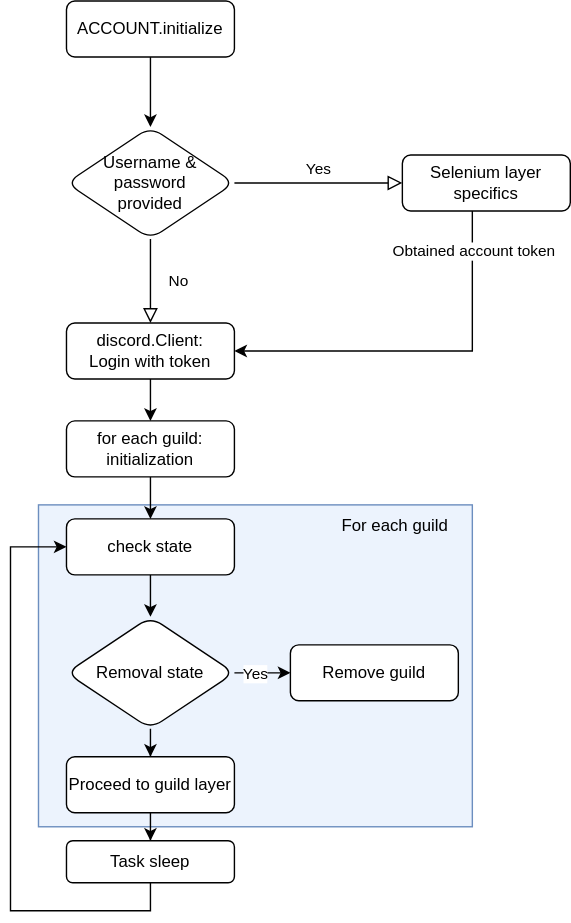
Above: docs/thesis/images/daf-account-layer-flowchart.svg in davidhozic/discord-advertisement-framework (draw.io), before the change. Source tidied: cells renumbered, new cells last; positions are measured from the earlier drawing's top-left corner, leaving out a move shared by most shapes.
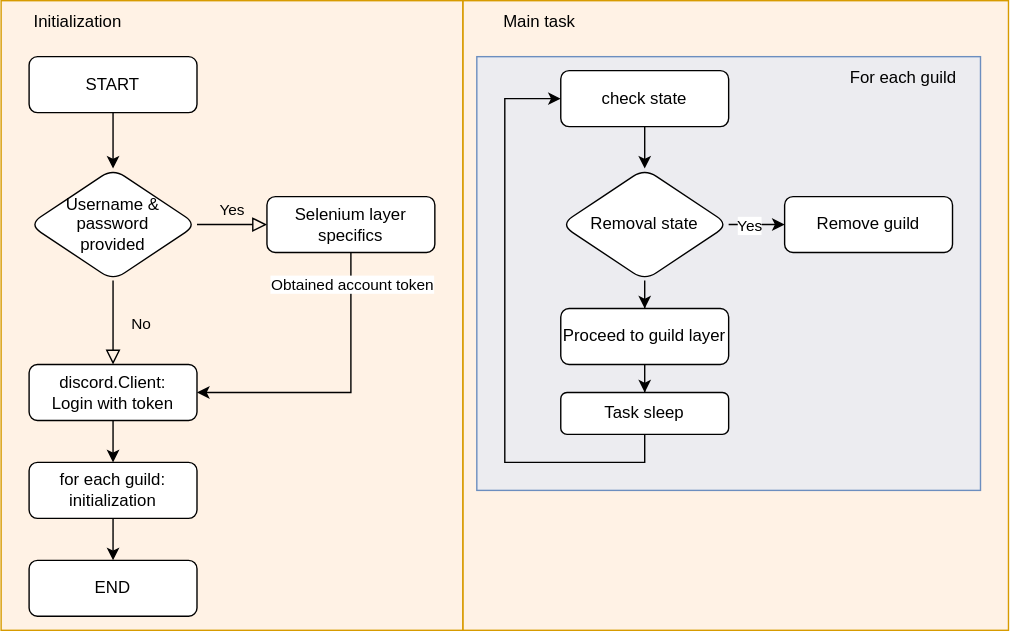
After the commit.

Diff of the diagram source:
```diff
@@ -2,14 +2,17 @@
   <root>
     <mxCell id="0" />
     <mxCell id="1" parent="0" />
-    <mxCell id="2" style="rounded=0;whiteSpace=wrap;html=1;fillOpacity=50;align=left;fillColor=#dae8fc;strokeColor=#6c8ebf;" parent="1" vertex="1">
-      <mxGeometry x="20" y="360" width="310" height="230" as="geometry" />
-    </mxCell>
+    <mxCell id="28" style="rounded=0;whiteSpace=wrap;html=1;fillOpacity=50;align=left;fillColor=#ffe6cc;strokeColor=#d79b00;" parent="1" vertex="1">
+      <mxGeometry x="350" y="-30" width="390" height="450" as="geometry" />
+    </mxCell>
+    <mxCell id="29" style="rounded=0;whiteSpace=wrap;html=1;fillOpacity=50;align=left;fillColor=#ffe6cc;strokeColor=#d79b00;" parent="1" vertex="1">
+      <mxGeometry x="20" y="-30" width="330" height="450" as="geometry" />
+    </mxCell>
     <mxCell id="3" style="edgeStyle=orthogonalEdgeStyle;rounded=0;jettySize=auto;html=1;exitX=0.5;exitY=1;exitDx=0;exitDy=0;entryX=0.5;entryY=0;entryDx=0;entryDy=0;" parent="1" edge="1" source="4" target="27">
       <mxGeometry relative="1" as="geometry" />
     </mxCell>
-    <mxCell id="4" value="ACCOUNT.initialize" style="rounded=1;whiteSpace=wrap;html=1;fontSize=12;glass=0;strokeWidth=1;shadow=0;" parent="1" vertex="1">
-      <mxGeometry x="40" width="120" height="40" as="geometry" />
+    <mxCell id="4" value="START" style="rounded=1;whiteSpace=wrap;html=1;fontSize=12;glass=0;strokeWidth=1;shadow=0;" parent="1" vertex="1">
+      <mxGeometry x="40" y="10" width="120" height="40" as="geometry" />
     </mxCell>
     <mxCell id="5" value="No" style="rounded=0;html=1;jettySize=auto;fontSize=11;endArrow=block;endFill=0;endSize=8;strokeWidth=1;shadow=0;labelBackgroundColor=none;edgeStyle=orthogonalEdgeStyle;entryX=0.5;entryY=0;entryDx=0;entryDy=0;exitX=0.5;exitY=1;exitDx=0;exitDy=0;" parent="1" edge="1" source="27" target="11">
       <mxGeometry y="20" relative="1" as="geometry" />
@@ -20,7 +23,7 @@
     <mxCell id="7" style="edgeStyle=orthogonalEdgeStyle;rounded=0;jettySize=auto;html=1;entryX=1;entryY=0.5;entryDx=0;entryDy=0;" parent="1" edge="1" source="9" target="11">
       <mxGeometry relative="1" as="geometry">
         <Array as="points">
-          <mxPoint x="330" y="250" />
+          <mxPoint x="270" y="250" />
         </Array>
       </mxGeometry>
     </mxCell>
@@ -30,7 +33,7 @@
       </mxGeometry>
     </mxCell>
     <mxCell id="9" value="Selenium layer specifics" style="rounded=1;whiteSpace=wrap;html=1;fontSize=12;glass=0;strokeWidth=1;shadow=0;" parent="1" vertex="1">
-      <mxGeometry x="280" y="110" width="120" height="40" as="geometry" />
+      <mxGeometry x="210" y="110" width="120" height="40" as="geometry" />
     </mxCell>
     <mxCell id="10" style="edgeStyle=orthogonalEdgeStyle;rounded=0;jettySize=auto;html=1;" parent="1" edge="1" source="11" target="13">
       <mxGeometry relative="1" as="geometry" />
@@ -38,17 +41,31 @@
     <mxCell id="11" value="discord.Client:&lt;br&gt;Login with token" style="rounded=1;whiteSpace=wrap;html=1;fontSize=12;glass=0;strokeWidth=1;shadow=0;" parent="1" vertex="1">
       <mxGeometry x="40" y="230" width="120" height="40" as="geometry" />
     </mxCell>
-    <mxCell id="12" style="edgeStyle=orthogonalEdgeStyle;rounded=0;jettySize=auto;html=1;" parent="1" edge="1" source="13" target="15">
-      <mxGeometry relative="1" as="geometry" />
+    <mxCell id="12" style="edgeStyle=orthogonalEdgeStyle;rounded=0;jettySize=auto;html=1;" parent="1" edge="1" source="13">
+      <mxGeometry relative="1" as="geometry">
+        <mxPoint x="100" y="370" as="targetPoint" />
+      </mxGeometry>
     </mxCell>
     <mxCell id="13" value="for each guild:&lt;br&gt;initialization" style="whiteSpace=wrap;html=1;rounded=1;glass=0;strokeWidth=1;shadow=0;" parent="1" vertex="1">
       <mxGeometry x="40" y="300" width="120" height="40" as="geometry" />
     </mxCell>
+    <mxCell id="25" style="edgeStyle=orthogonalEdgeStyle;rounded=0;orthogonalLoop=1;jettySize=auto;html=1;exitX=0.5;exitY=1;exitDx=0;exitDy=0;" parent="1" edge="1">
+      <mxGeometry relative="1" as="geometry">
+        <mxPoint x="410" y="100" as="sourcePoint" />
+        <mxPoint x="410" y="100" as="targetPoint" />
+      </mxGeometry>
+    </mxCell>
+    <mxCell id="27" value="&lt;font style=&quot;font-size: 12px;&quot;&gt;Username &amp;amp; password&lt;br&gt;provided&lt;/font&gt;" style="rhombus;whiteSpace=wrap;html=1;rounded=1;glass=0;strokeWidth=1;shadow=0;" parent="1" vertex="1">
+      <mxGeometry x="40" y="90" width="120" height="80" as="geometry" />
+    </mxCell>
+    <mxCell id="30" style="rounded=0;whiteSpace=wrap;html=1;fillOpacity=50;align=left;fillColor=#dae8fc;strokeColor=#6c8ebf;" parent="1" vertex="1">
+      <mxGeometry x="360" y="10" width="360" height="310" as="geometry" />
+    </mxCell>
     <mxCell id="14" style="edgeStyle=orthogonalEdgeStyle;rounded=0;jettySize=auto;html=1;" parent="1" edge="1" source="15" target="19">
       <mxGeometry relative="1" as="geometry" />
     </mxCell>
     <mxCell id="15" value="check state" style="whiteSpace=wrap;html=1;rounded=1;glass=0;strokeWidth=1;shadow=0;" parent="1" vertex="1">
-      <mxGeometry x="40" y="370" width="120" height="40" as="geometry" />
+      <mxGeometry x="420" y="20" width="120" height="40" as="geometry" />
     </mxCell>
     <mxCell id="16" style="edgeStyle=orthogonalEdgeStyle;rounded=0;jettySize=auto;html=1;" parent="1" edge="1" source="19" target="20">
       <mxGeometry relative="1" as="geometry" />
@@ -60,37 +77,43 @@
       <mxGeometry relative="1" as="geometry" />
     </mxCell>
     <mxCell id="19" value="Removal state" style="rhombus;whiteSpace=wrap;html=1;rounded=1;glass=0;strokeWidth=1;shadow=0;" parent="1" vertex="1">
-      <mxGeometry x="40" y="440" width="120" height="80" as="geometry" />
+      <mxGeometry x="420" y="90" width="120" height="80" as="geometry" />
     </mxCell>
     <mxCell id="20" value="Remove guild" style="whiteSpace=wrap;html=1;rounded=1;glass=0;strokeWidth=1;shadow=0;" parent="1" vertex="1">
-      <mxGeometry x="200" y="460" width="120" height="40" as="geometry" />
+      <mxGeometry x="580" y="110" width="120" height="40" as="geometry" />
     </mxCell>
     <mxCell id="21" style="edgeStyle=orthogonalEdgeStyle;rounded=0;jettySize=auto;html=1;" parent="1" edge="1" source="22" target="24">
       <mxGeometry relative="1" as="geometry" />
     </mxCell>
     <mxCell id="22" value="Proceed to guild layer" style="whiteSpace=wrap;html=1;rounded=1;glass=0;strokeWidth=1;shadow=0;" parent="1" vertex="1">
-      <mxGeometry x="40" y="540" width="120" height="40" as="geometry" />
+      <mxGeometry x="420" y="190" width="120" height="40" as="geometry" />
     </mxCell>
     <mxCell id="23" style="edgeStyle=orthogonalEdgeStyle;rounded=0;jettySize=auto;html=1;entryX=0;entryY=0.5;entryDx=0;entryDy=0;" parent="1" edge="1" source="24" target="15">
       <mxGeometry relative="1" as="geometry">
         <Array as="points">
-          <mxPoint x="100" y="650" />
-          <mxPoint y="650" />
-          <mxPoint y="390" />
+          <mxPoint x="480" y="300" />
+          <mxPoint x="380" y="300" />
+          <mxPoint x="380" y="40" />
         </Array>
       </mxGeometry>
     </mxCell>
     <mxCell id="24" value="Task sleep" style="whiteSpace=wrap;html=1;rounded=1;glass=0;strokeWidth=1;shadow=0;" parent="1" vertex="1">
-      <mxGeometry x="40" y="600" width="120" height="30" as="geometry" />
+      <mxGeometry x="420" y="250" width="120" height="30" as="geometry" />
     </mxCell>
-    <mxCell id="25" style="edgeStyle=orthogonalEdgeStyle;rounded=0;orthogonalLoop=1;jettySize=auto;html=1;exitX=0.5;exitY=1;exitDx=0;exitDy=0;" parent="1" edge="1" source="20" target="20">
-      <mxGeometry relative="1" as="geometry" />
-    </mxCell>
+    <mxCell id="31" style="edgeStyle=orthogonalEdgeStyle;rounded=0;orthogonalLoop=1;jettySize=auto;html=1;exitX=0.5;exitY=1;exitDx=0;exitDy=0;" parent="1" edge="1" source="20" target="20">
+      <mxGeometry relative="1" as="geometry" />
+    </mxCell>
     <mxCell id="26" value="For each guild" style="text;html=1;strokeColor=none;fillColor=none;align=center;verticalAlign=middle;whiteSpace=wrap;rounded=0;" parent="1" vertex="1">
-      <mxGeometry x="220" y="360" width="110" height="30" as="geometry" />
+      <mxGeometry x="610" y="10" width="110" height="30" as="geometry" />
     </mxCell>
-    <mxCell id="27" value="&lt;font style=&quot;font-size: 12px;&quot;&gt;Username &amp;amp; password&lt;br&gt;provided&lt;/font&gt;" style="rhombus;whiteSpace=wrap;html=1;rounded=1;glass=0;strokeWidth=1;shadow=0;" parent="1" vertex="1">
-      <mxGeometry x="40" y="90" width="120" height="80" as="geometry" />
-    </mxCell>
+    <mxCell id="32" value="END" style="whiteSpace=wrap;html=1;rounded=1;glass=0;strokeWidth=1;shadow=0;" parent="1" vertex="1">
+      <mxGeometry x="40" y="370" width="120" height="40" as="geometry" />
+    </mxCell>
+    <mxCell id="33" value="Initialization" style="text;html=1;strokeColor=none;fillColor=none;align=center;verticalAlign=middle;whiteSpace=wrap;rounded=0;" parent="1" vertex="1">
+      <mxGeometry x="20" y="-30" width="110" height="30" as="geometry" />
+    </mxCell>
+    <mxCell id="34" value="Main task" style="text;html=1;strokeColor=none;fillColor=none;align=center;verticalAlign=middle;whiteSpace=wrap;rounded=0;" parent="1" vertex="1">
+      <mxGeometry x="350" y="-30" width="110" height="30" as="geometry" />
+    </mxCell>
   </root>
 </mxGraphModel>
```
